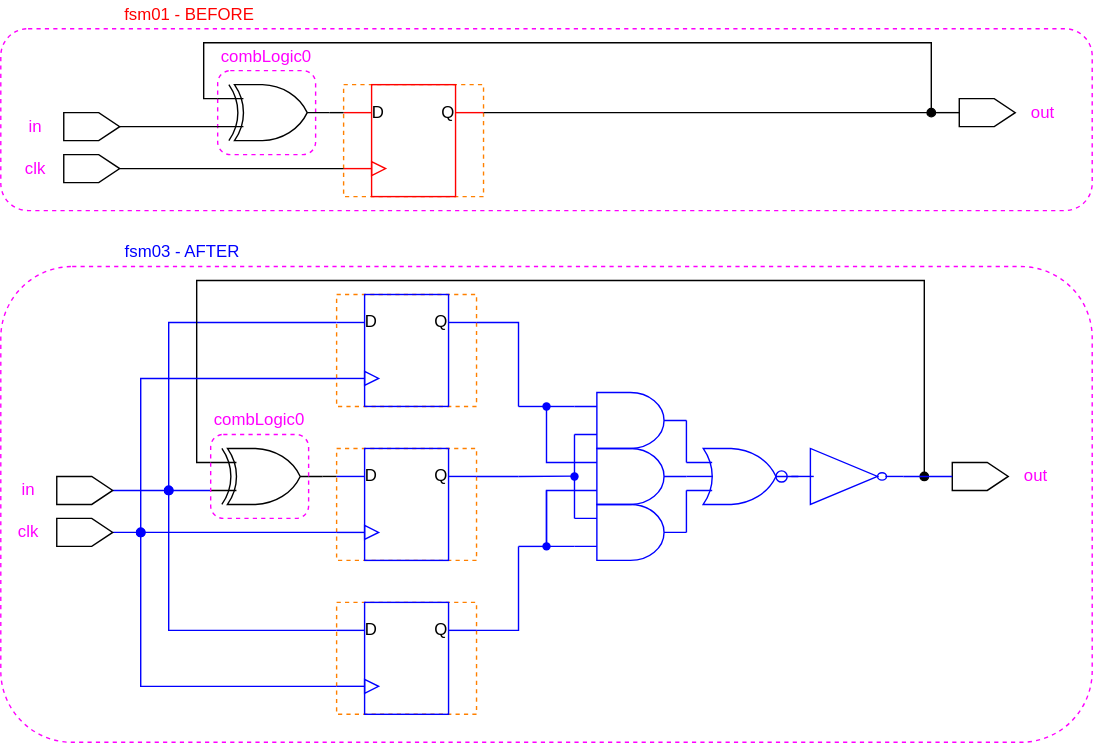
This is figures/light-mode/user_guide_examples/fsm/fsm03_triplicating_only_the_register.drawio.svg from AlbertHansen/TripleModularRedundancyTool_developer_guide, a draw.io export, as it was before one commit. Source tidied: cells renumbered, new cells last; positions are measured from the earlier drawing's top-left corner, leaving out a move shared by most shapes.
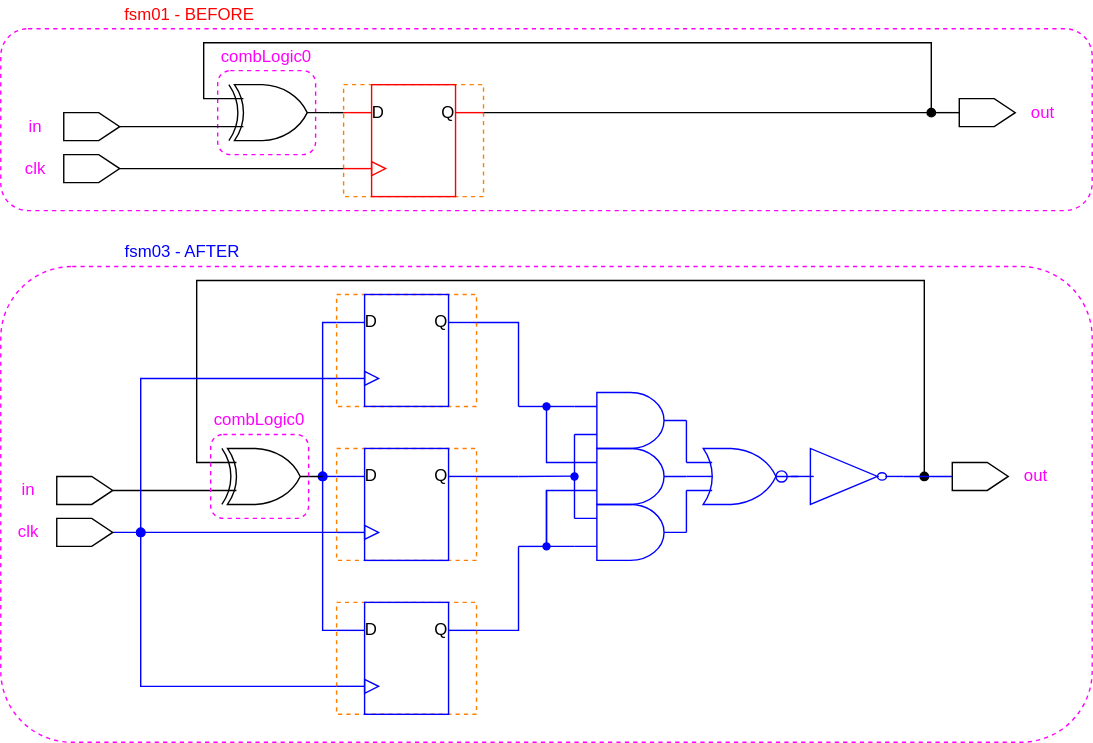
After the commit.

Change to the diagram source:
```diff
@@ -156,31 +156,29 @@
     <mxCell id="41" value="Q" style="text;html=1;strokeColor=none;fillColor=none;align=center;verticalAlign=middle;whiteSpace=wrap;rounded=0;" parent="34" vertex="1">
       <mxGeometry x="70" y="15" width="10" height="10" as="geometry" />
     </mxCell>
-    <mxCell id="42" style="edgeStyle=orthogonalEdgeStyle;rounded=0;html=1;exitX=0.5;exitY=1;exitDx=0;exitDy=0;entryX=0;entryY=0.75;entryDx=0;entryDy=0;entryPerimeter=0;endArrow=none;endFill=0;strokeColor=#0000FF;" parent="1" edge="1" source="45" target="48">
+    <mxCell id="42" style="edgeStyle=orthogonalEdgeStyle;rounded=0;html=1;exitX=0.5;exitY=1;exitDx=0;exitDy=0;entryX=0;entryY=0.75;entryDx=0;entryDy=0;entryPerimeter=0;endArrow=none;endFill=0;strokeColor=#000000;" parent="1" edge="1" source="45" target="48">
       <mxGeometry relative="1" as="geometry" />
     </mxCell>
-    <mxCell id="43" style="edgeStyle=orthogonalEdgeStyle;rounded=0;html=1;fontColor=#0000FF;endArrow=none;endFill=0;startArrow=oval;startFill=1;strokeColor=#0000FF;" parent="1" edge="1">
+    <mxCell id="43" style="edgeStyle=orthogonalEdgeStyle;rounded=0;html=1;fontColor=#0000FF;endArrow=none;endFill=0;startArrow=oval;startFill=1;strokeColor=#0000FF;exitX=1;exitY=0.5;exitDx=0;exitDy=0;exitPerimeter=0;" parent="1" edge="1" source="48">
       <mxGeometry relative="1" as="geometry">
-        <mxPoint x="120" y="350" as="sourcePoint" />
         <mxPoint x="240" y="230" as="targetPoint" />
         <Array as="points">
-          <mxPoint x="120" y="230" />
+          <mxPoint x="230" y="230" />
         </Array>
       </mxGeometry>
     </mxCell>
-    <mxCell id="44" style="edgeStyle=orthogonalEdgeStyle;rounded=0;html=1;fontColor=#0000FF;endArrow=none;endFill=0;startArrow=oval;startFill=1;strokeColor=#0000FF;" parent="1" edge="1">
+    <mxCell id="44" style="edgeStyle=orthogonalEdgeStyle;rounded=0;html=1;fontColor=#0000FF;endArrow=none;endFill=0;startArrow=oval;startFill=1;strokeColor=#0000FF;exitX=1;exitY=0.5;exitDx=0;exitDy=0;exitPerimeter=0;" parent="1" edge="1" source="48">
       <mxGeometry relative="1" as="geometry">
-        <mxPoint x="120" y="350" as="sourcePoint" />
         <mxPoint x="240" y="450" as="targetPoint" />
         <Array as="points">
-          <mxPoint x="120" y="450" />
+          <mxPoint x="230" y="450" />
         </Array>
       </mxGeometry>
     </mxCell>
     <mxCell id="45" style="shape=offPageConnector;whiteSpace=wrap;rotation=-90;fontFamily=Helvetica;fillColor=none;strokeColor=#000000;fontColor=#FF8000;" parent="1" vertex="1">
       <mxGeometry x="50" y="330" width="20" height="40" as="geometry" />
     </mxCell>
-    <mxCell id="46" style="edgeStyle=orthogonalEdgeStyle;rounded=0;html=1;exitX=1;exitY=0.5;exitDx=0;exitDy=0;exitPerimeter=0;endArrow=none;endFill=0;strokeColor=#000000;" parent="1" edge="1" source="48">
+    <mxCell id="46" style="edgeStyle=orthogonalEdgeStyle;rounded=0;html=1;exitX=1;exitY=0.5;exitDx=0;exitDy=0;exitPerimeter=0;endArrow=none;endFill=0;strokeColor=#0000FF;" parent="1" edge="1" source="48">
       <mxGeometry relative="1" as="geometry">
         <mxPoint x="240" y="340" as="targetPoint" />
       </mxGeometry>
```
